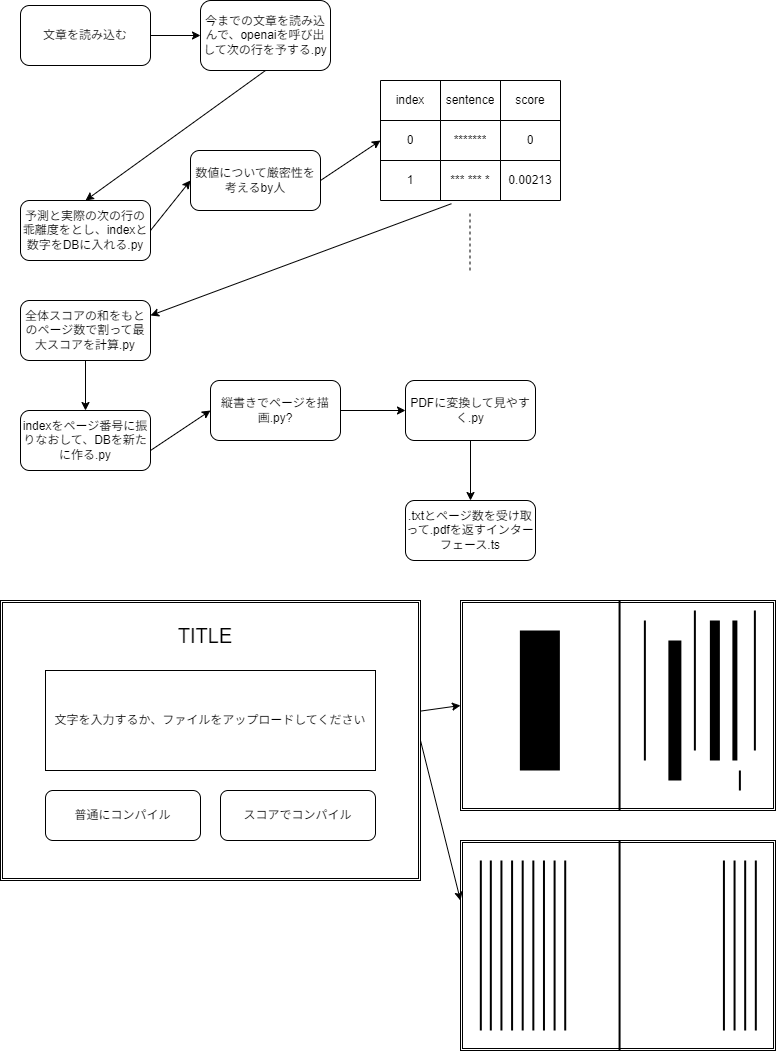
kosho-jiang/cognitive-system keeps this draw.io diagram as idea.drawio.png. Above is the earlier version. Source tidied: cells renumbered, new cells last; positions are measured from the earlier drawing's top-left corner, leaving out a move shared by most shapes.
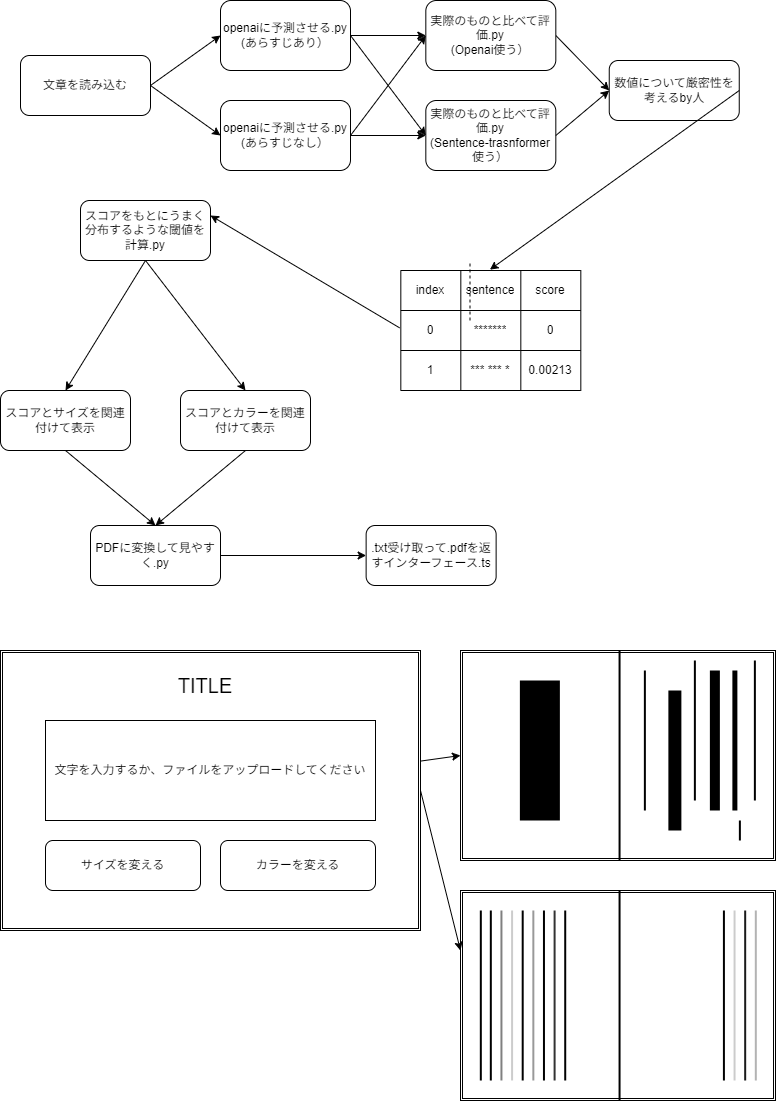
After the commit.

What changed in the source:
```diff
@@ -8,14 +8,11 @@
     <mxCell id="3" value="文章を読み込む&lt;br&gt;" style="rounded=1;whiteSpace=wrap;html=1;" parent="1" vertex="1">
       <mxGeometry x="20" y="5" width="130" height="60" as="geometry" />
     </mxCell>
-    <mxCell id="4" value="今までの文章を読み込んで、openaiを呼び出して次の行を予する.py" style="rounded=1;whiteSpace=wrap;html=1;" parent="1" vertex="1">
-      <mxGeometry x="200" width="130" height="70" as="geometry" />
+    <mxCell id="4" value="openaiに予測させる.py&lt;br&gt;(あらすじあり）" style="rounded=1;whiteSpace=wrap;html=1;" parent="1" vertex="1">
+      <mxGeometry x="220" y="-50" width="130" height="70" as="geometry" />
     </mxCell>
-    <mxCell id="5" value="予測と実際の次の行の乖離度をとし、indexと数字をDBに入れる.py" style="rounded=1;whiteSpace=wrap;html=1;" parent="1" vertex="1">
-      <mxGeometry x="20" y="200" width="130" height="60" as="geometry" />
-    </mxCell>
     <mxCell id="6" style="shape=table;html=1;whiteSpace=wrap;startSize=0;" parent="1" vertex="1">
-      <mxGeometry x="380" y="80" width="180" height="120" as="geometry" />
+      <mxGeometry x="400.3" y="220" width="180" height="120" as="geometry" />
     </mxCell>
     <mxCell id="7" style="shape=tableRow;horizontal=0;startSize=0;swimlaneHead=0;swimlaneBody=0;top=0;left=0;bottom=0;right=0;fillColor=none;points=[[0,0.5],[1,0.5]];portConstraint=eastwest;" parent="6" vertex="1">
       <mxGeometry width="180" height="40" as="geometry" />
@@ -60,59 +57,48 @@
       </mxGeometry>
     </mxCell>
     <mxCell id="20" value="数値について厳密性を考えるby人" style="rounded=1;whiteSpace=wrap;html=1;" parent="1" vertex="1">
-      <mxGeometry x="190" y="150" width="130" height="60" as="geometry" />
+      <mxGeometry x="608.8" y="10" width="130" height="60" as="geometry" />
     </mxCell>
-    <mxCell id="21" style="endArrow=classic;html=1;entryX=0;entryY=0.5;entryDx=0;entryDy=0;exitX=1;exitY=0.5;exitDx=0;exitDy=0;" parent="1" edge="1" source="20" target="11">
+    <mxCell id="21" style="endArrow=classic;html=1;entryX=0.495;entryY=-0.021;entryDx=0;entryDy=0;exitX=1;exitY=0.5;exitDx=0;exitDy=0;entryPerimeter=0;" parent="1" edge="1" source="20" target="7">
       <mxGeometry relative="1" as="geometry" />
     </mxCell>
-    <mxCell id="22" style="endArrow=classic;html=1;entryX=0;entryY=0.5;entryDx=0;entryDy=0;exitX=1;exitY=0.5;exitDx=0;exitDy=0;" parent="1" edge="1" source="5" target="20">
+    <mxCell id="22" style="endArrow=classic;html=1;entryX=0;entryY=0.5;entryDx=0;entryDy=0;exitX=1;exitY=0.5;exitDx=0;exitDy=0;" parent="1" edge="1" source="68" target="20">
       <mxGeometry relative="1" as="geometry" />
     </mxCell>
-    <mxCell id="23" style="endArrow=classic;html=1;exitX=0.5;exitY=1;exitDx=0;exitDy=0;entryX=0.5;entryY=0;entryDx=0;entryDy=0;" parent="1" edge="1" source="4" target="5">
-      <mxGeometry relative="1" as="geometry" />
-    </mxCell>
-    <mxCell id="24" value="全体スコアの和をもとのページ数で割って最大スコアを計算.py" style="rounded=1;whiteSpace=wrap;html=1;" parent="1" vertex="1">
-      <mxGeometry x="20" y="300" width="130" height="60" as="geometry" />
+    <mxCell id="24" value="スコアをもとにうまく分布するような閾値を計算.py&lt;br&gt;" style="rounded=1;whiteSpace=wrap;html=1;" parent="1" vertex="1">
+      <mxGeometry x="80" y="150" width="130" height="60" as="geometry" />
     </mxCell>
-    <mxCell id="25" style="endArrow=classic;html=1;exitX=0.394;exitY=1.08;exitDx=0;exitDy=0;exitPerimeter=0;entryX=1;entryY=0.25;entryDx=0;entryDy=0;" parent="1" edge="1" source="15" target="24">
+    <mxCell id="25" style="endArrow=classic;html=1;exitX=-0.007;exitY=0.433;exitDx=0;exitDy=0;exitPerimeter=0;entryX=1;entryY=0.25;entryDx=0;entryDy=0;" parent="1" edge="1" source="11" target="24">
       <mxGeometry relative="1" as="geometry" />
     </mxCell>
-    <mxCell id="26" value="indexをページ番号に振りなおして、DBを新たに作る.py" style="rounded=1;whiteSpace=wrap;html=1;" parent="1" vertex="1">
-      <mxGeometry x="20" y="410" width="130" height="60" as="geometry" />
+    <mxCell id="26" value="スコアとサイズを関連付けて表示" style="rounded=1;whiteSpace=wrap;html=1;" parent="1" vertex="1">
+      <mxGeometry y="340" width="130" height="60" as="geometry" />
     </mxCell>
     <mxCell id="27" style="endArrow=classic;html=1;exitX=0.5;exitY=1;exitDx=0;exitDy=0;entryX=0.5;entryY=0;entryDx=0;entryDy=0;" parent="1" edge="1" source="24" target="26">
       <mxGeometry relative="1" as="geometry" />
     </mxCell>
-    <mxCell id="28" value="縦書きでページを描画.py?" style="rounded=1;whiteSpace=wrap;html=1;" parent="1" vertex="1">
-      <mxGeometry x="210" y="380" width="130" height="60" as="geometry" />
+    <mxCell id="28" value="スコアとカラーを関連付けて表示" style="rounded=1;whiteSpace=wrap;html=1;" parent="1" vertex="1">
+      <mxGeometry x="180" y="340" width="130" height="60" as="geometry" />
     </mxCell>
-    <mxCell id="29" style="endArrow=classic;html=1;entryX=0;entryY=0.5;entryDx=0;entryDy=0;" parent="1" edge="1" target="28">
-      <mxGeometry relative="1" as="geometry">
-        <mxPoint x="150" y="450" as="sourcePoint" />
-      </mxGeometry>
-    </mxCell>
     <mxCell id="30" value="PDFに変換して見やすく.py" style="rounded=1;whiteSpace=wrap;html=1;" parent="1" vertex="1">
-      <mxGeometry x="405" y="380" width="130" height="60" as="geometry" />
+      <mxGeometry x="90" y="475" width="130" height="60" as="geometry" />
     </mxCell>
-    <mxCell id="31" style="endArrow=classic;html=1;exitX=1;exitY=0.5;exitDx=0;exitDy=0;entryX=0;entryY=0.5;entryDx=0;entryDy=0;" parent="1" edge="1" source="28" target="30">
+    <mxCell id="31" style="endArrow=classic;html=1;exitX=0.5;exitY=1;exitDx=0;exitDy=0;entryX=0.5;entryY=0;entryDx=0;entryDy=0;" parent="1" edge="1" source="28" target="30">
       <mxGeometry relative="1" as="geometry" />
     </mxCell>
-    <mxCell id="32" value=".txtとページ数を受け取って.pdfを返すインターフェース.ts" style="rounded=1;whiteSpace=wrap;html=1;" parent="1" vertex="1">
-      <mxGeometry x="405" y="500" width="130" height="60" as="geometry" />
+    <mxCell id="32" value=".txt受け取って.pdfを返すインターフェース.ts" style="rounded=1;whiteSpace=wrap;html=1;" parent="1" vertex="1">
+      <mxGeometry x="365.6" y="475" width="130" height="60" as="geometry" />
     </mxCell>
-    <mxCell id="33" style="endArrow=classic;html=1;exitX=0.5;exitY=1;exitDx=0;exitDy=0;entryX=0.5;entryY=0;entryDx=0;entryDy=0;" parent="1" edge="1" source="30" target="32">
-      <mxGeometry relative="1" as="geometry" />
-    </mxCell>
     <mxCell id="34" style="shape=ext;double=1;rounded=0;whiteSpace=wrap;html=1;" parent="1" vertex="1">
       <mxGeometry y="600" width="420" height="280" as="geometry" />
     </mxCell>
     <mxCell id="35" value="文字を入力するか、ファイルをアップロードしてください" style="rounded=0;whiteSpace=wrap;html=1;" parent="1" vertex="1">
       <mxGeometry x="45" y="670" width="330" height="100" as="geometry" />
     </mxCell>
-    <mxCell id="36" value="普通にコンパイル" style="rounded=1;whiteSpace=wrap;html=1;" parent="1" vertex="1">
+    <mxCell id="36" value="サイズを変える" style="rounded=1;whiteSpace=wrap;html=1;" parent="1" vertex="1">
       <mxGeometry x="45" y="790" width="155" height="50" as="geometry" />
     </mxCell>
-    <mxCell id="37" value="スコアでコンパイル" style="rounded=1;whiteSpace=wrap;html=1;" parent="1" vertex="1">
+    <mxCell id="37" value="カラーを変える" style="rounded=1;whiteSpace=wrap;html=1;" parent="1" vertex="1">
       <mxGeometry x="220" y="790" width="155" height="50" as="geometry" />
     </mxCell>
     <mxCell id="38" style="shape=ext;double=1;rounded=0;whiteSpace=wrap;html=1;" parent="1" vertex="1">
@@ -154,31 +140,31 @@
     <mxCell id="50" style="line;strokeWidth=2;direction=south;html=1;fontSize=12;" parent="1" vertex="1">
       <mxGeometry x="612.5" y="840" width="13.1" height="210" as="geometry" />
     </mxCell>
-    <mxCell id="51" style="line;strokeWidth=2;direction=south;html=1;fontSize=12;" parent="1" vertex="1">
+    <mxCell id="51" style="line;strokeWidth=2;direction=south;html=1;fontSize=12;strokeColor=#B3B3B3;fillColor=#B3B3B3;" parent="1" vertex="1">
       <mxGeometry x="750" y="860" width="10.6" height="170" as="geometry" />
     </mxCell>
-    <mxCell id="52" style="line;strokeWidth=2;direction=south;html=1;fontSize=12;" parent="1" vertex="1">
+    <mxCell id="52" style="line;strokeWidth=2;direction=south;html=1;fontSize=12;fillColor=#CCFF99;strokeColor=#000000;" parent="1" vertex="1">
       <mxGeometry x="475" y="860" width="10.6" height="170" as="geometry" />
     </mxCell>
     <mxCell id="53" style="line;strokeWidth=2;direction=south;html=1;fontSize=12;" parent="1" vertex="1">
       <mxGeometry x="485" y="860" width="10.6" height="170" as="geometry" />
     </mxCell>
-    <mxCell id="54" style="line;strokeWidth=2;direction=south;html=1;fontSize=12;" parent="1" vertex="1">
+    <mxCell id="54" style="line;strokeWidth=2;direction=south;html=1;fontSize=12;strokeColor=#808080;" parent="1" vertex="1">
       <mxGeometry x="495.6" y="860" width="10.6" height="170" as="geometry" />
     </mxCell>
-    <mxCell id="55" style="line;strokeWidth=2;direction=south;html=1;fontSize=12;" parent="1" vertex="1">
+    <mxCell id="55" style="line;strokeWidth=2;direction=south;html=1;fontSize=12;strokeColor=#CCCCCC;" parent="1" vertex="1">
       <mxGeometry x="506.3" y="860" width="10.6" height="170" as="geometry" />
     </mxCell>
     <mxCell id="56" style="line;strokeWidth=2;direction=south;html=1;fontSize=12;" parent="1" vertex="1">
       <mxGeometry x="516.9" y="860" width="10.6" height="170" as="geometry" />
     </mxCell>
-    <mxCell id="57" style="line;strokeWidth=2;direction=south;html=1;fontSize=12;" parent="1" vertex="1">
+    <mxCell id="57" style="line;strokeWidth=2;direction=south;html=1;fontSize=12;strokeColor=#999999;" parent="1" vertex="1">
       <mxGeometry x="527.5" y="860" width="10.6" height="170" as="geometry" />
     </mxCell>
     <mxCell id="58" style="line;strokeWidth=2;direction=south;html=1;fontSize=12;" parent="1" vertex="1">
       <mxGeometry x="538.1" y="860" width="10.6" height="170" as="geometry" />
     </mxCell>
-    <mxCell id="59" style="line;strokeWidth=2;direction=south;html=1;fontSize=12;" parent="1" vertex="1">
+    <mxCell id="59" style="line;strokeWidth=2;direction=south;html=1;fontSize=12;strokeColor=#333333;" parent="1" vertex="1">
       <mxGeometry x="548.8" y="860" width="10.6" height="170" as="geometry" />
     </mxCell>
     <mxCell id="60" style="line;strokeWidth=2;direction=south;html=1;fontSize=12;" parent="1" vertex="1">
@@ -187,10 +173,10 @@
     <mxCell id="61" style="line;strokeWidth=2;direction=south;html=1;fontSize=12;" parent="1" vertex="1">
       <mxGeometry x="718.1" y="860" width="10.6" height="170" as="geometry" />
     </mxCell>
-    <mxCell id="62" style="line;strokeWidth=2;direction=south;html=1;fontSize=12;" parent="1" vertex="1">
+    <mxCell id="62" style="line;strokeWidth=2;direction=south;html=1;fontSize=12;strokeColor=#CCCCCC;" parent="1" vertex="1">
       <mxGeometry x="728.7" y="860" width="10.6" height="170" as="geometry" />
     </mxCell>
-    <mxCell id="63" style="line;strokeWidth=2;direction=south;html=1;fontSize=12;" parent="1" vertex="1">
+    <mxCell id="63" style="line;strokeWidth=2;direction=south;html=1;fontSize=12;fillColor=#1A1A1A;strokeColor=#1A1A1A;" parent="1" vertex="1">
       <mxGeometry x="739.4" y="860" width="10.6" height="170" as="geometry" />
     </mxCell>
     <mxCell id="64" value="&lt;font style=&quot;font-size: 20px;&quot;&gt;TITLE&lt;/font&gt;" style="text;html=1;align=center;verticalAlign=middle;whiteSpace=wrap;rounded=0;strokeWidth=40;fontSize=12;" parent="1" vertex="1">
@@ -201,5 +187,41 @@
         <mxPoint x="460" y="900" as="targetPoint" />
       </mxGeometry>
     </mxCell>
+    <mxCell id="66" value="openaiに予測させる.py&lt;br&gt;(あらすじなし）" style="rounded=1;whiteSpace=wrap;html=1;" parent="1" vertex="1">
+      <mxGeometry x="220" y="50" width="130" height="70" as="geometry" />
+    </mxCell>
+    <mxCell id="67" style="endArrow=classic;html=1;exitX=1;exitY=0.5;exitDx=0;exitDy=0;entryX=0;entryY=0.5;entryDx=0;entryDy=0;" parent="1" edge="1" source="3" target="66">
+      <mxGeometry relative="1" as="geometry" />
+    </mxCell>
+    <mxCell id="68" value="実際のものと比べて評価.py&lt;br&gt;(Openai使う）" style="rounded=1;whiteSpace=wrap;html=1;" parent="1" vertex="1">
+      <mxGeometry x="425.3" y="-50" width="130" height="70" as="geometry" />
+    </mxCell>
+    <mxCell id="69" value="実際のものと比べて評価.py&lt;br&gt;(Sentence-trasnformer使う）" style="rounded=1;whiteSpace=wrap;html=1;" parent="1" vertex="1">
+      <mxGeometry x="425.3" y="50" width="130" height="70" as="geometry" />
+    </mxCell>
+    <mxCell id="70" style="endArrow=classic;html=1;exitX=1;exitY=0.5;exitDx=0;exitDy=0;entryX=0;entryY=0.5;entryDx=0;entryDy=0;" parent="1" edge="1" source="4" target="68">
+      <mxGeometry relative="1" as="geometry" />
+    </mxCell>
+    <mxCell id="71" style="endArrow=classic;html=1;exitX=1;exitY=0.5;exitDx=0;exitDy=0;entryX=0;entryY=0.5;entryDx=0;entryDy=0;" parent="1" edge="1" source="66" target="68">
+      <mxGeometry relative="1" as="geometry" />
+    </mxCell>
+    <mxCell id="72" style="endArrow=classic;html=1;exitX=1;exitY=0.5;exitDx=0;exitDy=0;entryX=0;entryY=0.5;entryDx=0;entryDy=0;" parent="1" edge="1" source="4" target="69">
+      <mxGeometry relative="1" as="geometry" />
+    </mxCell>
+    <mxCell id="73" style="endArrow=classic;html=1;exitX=1;exitY=0.5;exitDx=0;exitDy=0;entryX=0;entryY=0.5;entryDx=0;entryDy=0;" parent="1" edge="1" source="66" target="69">
+      <mxGeometry relative="1" as="geometry" />
+    </mxCell>
+    <mxCell id="74" style="endArrow=classic;html=1;entryX=0;entryY=0.5;entryDx=0;entryDy=0;exitX=1;exitY=0.5;exitDx=0;exitDy=0;" parent="1" edge="1" source="69" target="20">
+      <mxGeometry relative="1" as="geometry" />
+    </mxCell>
+    <mxCell id="75" style="endArrow=classic;html=1;exitX=0.5;exitY=1;exitDx=0;exitDy=0;entryX=0.5;entryY=0;entryDx=0;entryDy=0;" parent="1" edge="1" source="24" target="28">
+      <mxGeometry relative="1" as="geometry" />
+    </mxCell>
+    <mxCell id="76" style="endArrow=classic;html=1;exitX=0.5;exitY=1;exitDx=0;exitDy=0;entryX=0.5;entryY=0;entryDx=0;entryDy=0;" parent="1" edge="1" source="26" target="30">
+      <mxGeometry relative="1" as="geometry" />
+    </mxCell>
+    <mxCell id="33" style="endArrow=classic;html=1;exitX=1;exitY=0.5;exitDx=0;exitDy=0;entryX=0;entryY=0.5;entryDx=0;entryDy=0;" parent="1" edge="1" source="30" target="32">
+      <mxGeometry relative="1" as="geometry" />
+    </mxCell>
   </root>
 </mxGraphModel>
```
